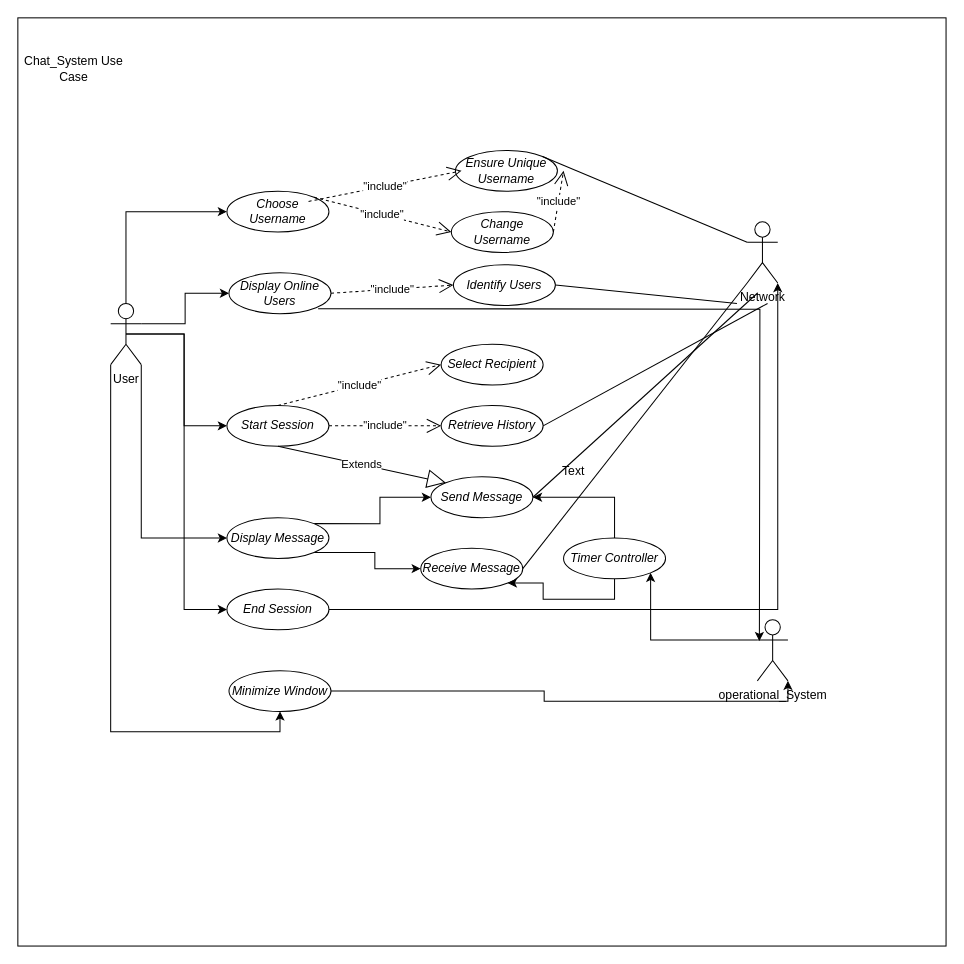
Dhahak-Amin/CHAT-SYSTEM keeps this draw.io diagram as Amin's IDEA.drawio. Above is the earlier version. Source tidied: cells renumbered, new cells numbered last; positions are measured from the earlier drawing's top-left corner, leaving out a move shared by most shapes. Both pictures are drawn from the tidied source at 102%, with x=0, y=0 at pixel (17, 17).
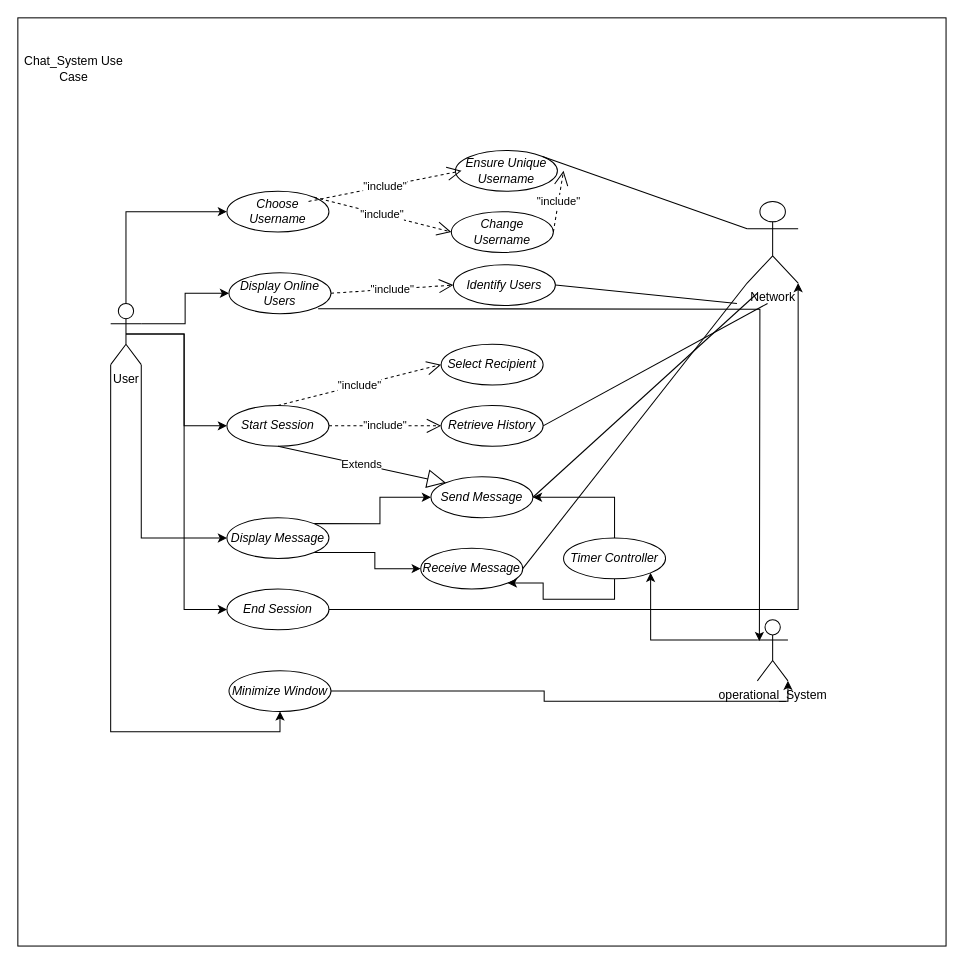
Above is the later version.

Commit message:
Mettre à jour Amin's IDEA.drawio

Change to the diagram source:
```diff
@@
     <mxCell id="10" value="Network" style="shape=umlActor;verticalLabelPosition=bottom;verticalAlign=top;html=1;" parent="1" vertex="1">
-      <mxGeometry x="715" y="200" width="30" height="60" as="geometry" />
+      <mxGeometry x="715" y="180" width="50" height="80" as="geometry" />
     </mxCell>
@@
-    <mxCell id="46" value="Text" style="text;html=1;align=center;verticalAlign=middle;whiteSpace=wrap;rounded=0;" parent="1" vertex="1">
-      <mxGeometry x="515" y="430" width="60" height="30" as="geometry" />
-    </mxCell>
```
